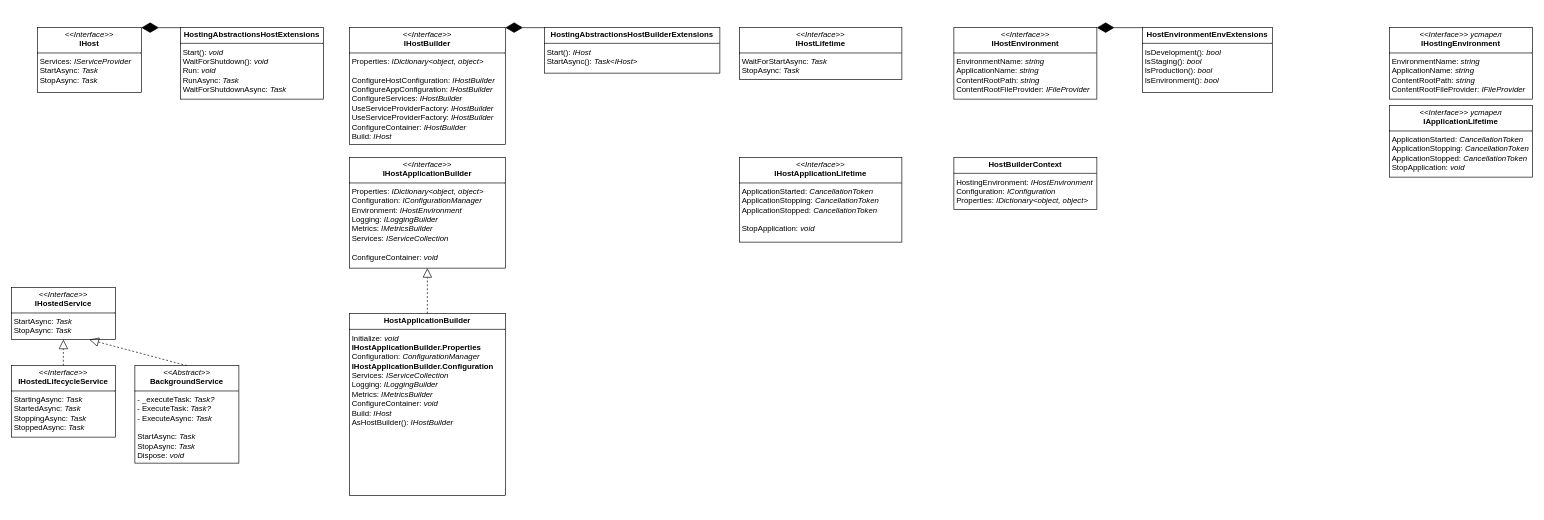
The draw.io diagram page "Hosting" (3 of 3) of .Net/Диаграмма без названия.drawio in KondyubaBA/Foundation, before the edit. Source tidied: cells renumbered, new cells numbered last; positions are measured from the earlier drawing's top-left corner, leaving out a move shared by most shapes. Both pictures are drawn from the tidied source at 65%, with x=0, y=0 at pixel (11, 27).
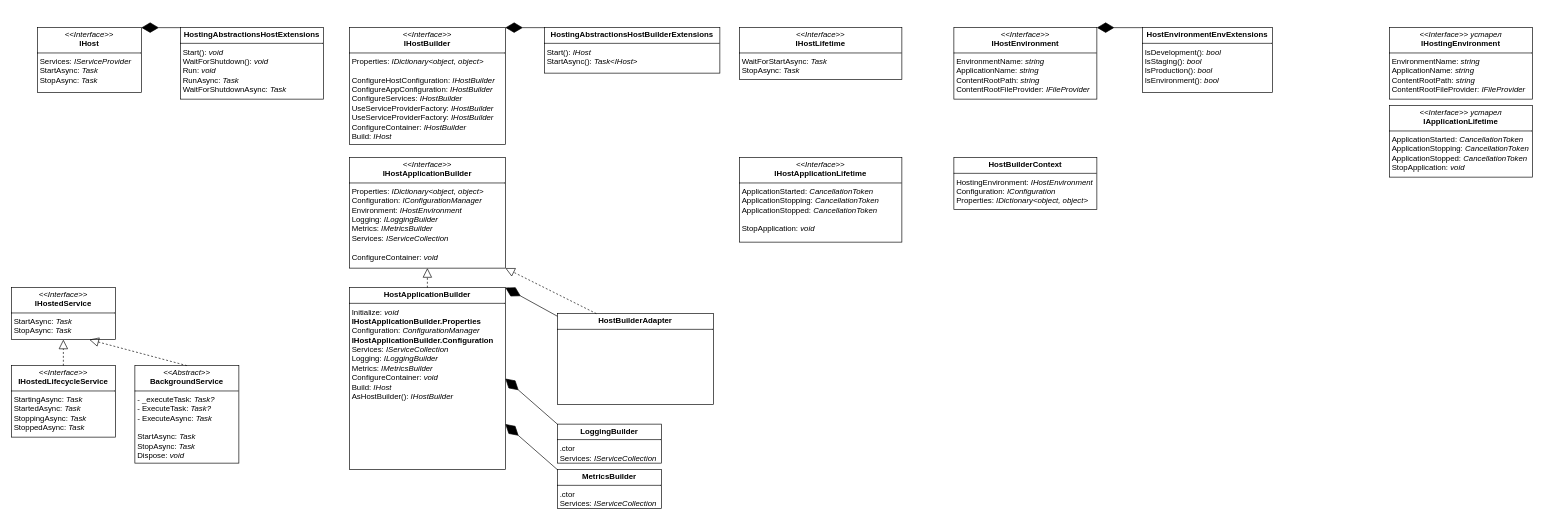
Above is the later version.

Unchanged cells that the change refers to:
```xml
<mxCell id="3" value="&lt;p style=&quot;margin:0px;margin-top:4px;text-align:center;&quot;&gt;&lt;i&gt;&amp;lt;&amp;lt;Interface&amp;gt;&amp;gt;&lt;/i&gt;&lt;br&gt;&lt;span style=&quot;background-color: initial; text-align: left;&quot;&gt;&lt;b&gt;IHostApplicationBuilder&lt;/b&gt;&lt;/span&gt;&lt;/p&gt;&lt;hr size=&quot;1&quot; style=&quot;border-style:solid;&quot;&gt;&lt;p style=&quot;margin:0px;margin-left:4px;&quot;&gt;Properties: &lt;i&gt;IDictionary&amp;lt;object, object&amp;gt;&lt;/i&gt;&lt;br&gt;Configuration:&amp;nbsp;&lt;span style=&quot;background-color: initial;&quot;&gt;&lt;i&gt;IConfigurationManager&lt;/i&gt;&lt;/span&gt;&lt;/p&gt;&lt;p style=&quot;margin:0px;margin-left:4px;&quot;&gt;Environment:&amp;nbsp;&lt;span style=&quot;background-color: initial;&quot;&gt;&lt;i&gt;IHostEnvironment&lt;/i&gt;&lt;/span&gt;&lt;br&gt;&lt;/p&gt;&lt;p style=&quot;margin:0px;margin-left:4px;&quot;&gt;&lt;span style=&quot;background-color: initial;&quot;&gt;Logging:&amp;nbsp;&lt;/span&gt;&lt;span style=&quot;background-color: initial;&quot;&gt;&lt;i&gt;ILoggingBuilder&lt;/i&gt;&lt;/span&gt;&lt;span style=&quot;background-color: initial;&quot;&gt;&lt;br&gt;&lt;/span&gt;&lt;/p&gt;&lt;p style=&quot;margin:0px;margin-left:4px;&quot;&gt;&lt;span style=&quot;background-color: initial;&quot;&gt;Metrics:&amp;nbsp;&lt;/span&gt;&lt;span style=&quot;background-color: initial;&quot;&gt;&lt;i&gt;IMetricsBuilder&lt;/i&gt;&lt;/span&gt;&lt;span style=&quot;background-color: initial;&quot;&gt;&lt;br&gt;&lt;/span&gt;&lt;/p&gt;&lt;p style=&quot;margin:0px;margin-left:4px;&quot;&gt;&lt;span style=&quot;background-color: initial;&quot;&gt;Services:&amp;nbsp;&lt;/span&gt;&lt;span style=&quot;background-color: initial;&quot;&gt;&lt;i&gt;IServiceCollection&lt;/i&gt;&lt;/span&gt;&lt;span style=&quot;background-color: initial;&quot;&gt;&lt;br&gt;&lt;/span&gt;&lt;/p&gt;&lt;p style=&quot;margin:0px;margin-left:4px;&quot;&gt;&lt;span style=&quot;background-color: initial;&quot;&gt;&lt;i&gt;&lt;br&gt;&lt;/i&gt;&lt;/span&gt;&lt;/p&gt;&lt;p style=&quot;margin:0px;margin-left:4px;&quot;&gt;&lt;span style=&quot;background-color: initial;&quot;&gt;ConfigureContainer:&lt;i&gt;&amp;nbsp;&lt;/i&gt;&lt;/span&gt;&lt;span style=&quot;background-color: initial;&quot;&gt;&lt;i&gt;void&lt;/i&gt;&lt;/span&gt;&lt;span style=&quot;background-color: initial;&quot;&gt;&lt;i&gt;&lt;br&gt;&lt;/i&gt;&lt;/span&gt;&lt;/p&gt;" style="verticalAlign=top;align=left;overflow=fill;html=1;whiteSpace=wrap;" parent="1" vertex="1">
  <mxGeometry x="520" y="200" width="240" height="170" as="geometry" />
</mxCell>
```

The edit, as a diff of the source:
```diff
@@
     <mxCell id="22" value="&lt;p style=&quot;margin:0px;margin-top:4px;text-align:center;&quot;&gt;&lt;span style=&quot;background-color: initial; text-align: left;&quot;&gt;&lt;b&gt;HostApplicationBuilder&lt;/b&gt;&lt;/span&gt;&lt;/p&gt;&lt;hr size=&quot;1&quot; style=&quot;border-style:solid;&quot;&gt;&lt;p style=&quot;margin:0px;margin-left:4px;&quot;&gt;Initialize: &lt;i&gt;void&lt;/i&gt;&lt;br&gt;&lt;/p&gt;&lt;p style=&quot;margin:0px;margin-left:4px;&quot;&gt;&lt;b&gt;IHostApplicationBuilder.Properties&lt;/b&gt;&lt;br&gt;&lt;/p&gt;&lt;p style=&quot;margin:0px;margin-left:4px;&quot;&gt;Configuration:&lt;b&gt;&amp;nbsp;&lt;/b&gt;&lt;span style=&quot;background-color: initial;&quot;&gt;&lt;i&gt;ConfigurationManager&lt;/i&gt;&lt;/span&gt;&lt;br&gt;&lt;/p&gt;&lt;p style=&quot;margin:0px;margin-left:4px;&quot;&gt;&lt;span style=&quot;background-color: initial;&quot;&gt;&lt;b style=&quot;&quot;&gt;IHostApplicationBuilder.Configuration&lt;/b&gt;&lt;br&gt;&lt;/span&gt;&lt;/p&gt;&lt;p style=&quot;margin:0px;margin-left:4px;&quot;&gt;&lt;span style=&quot;background-color: initial;&quot;&gt;Services:&amp;nbsp;&lt;/span&gt;&lt;span style=&quot;background-color: initial;&quot;&gt;&lt;i&gt;IServiceCollection&lt;/i&gt;&lt;/span&gt;&lt;span style=&quot;background-color: initial;&quot;&gt;&lt;br&gt;&lt;/span&gt;&lt;/p&gt;&lt;p style=&quot;margin:0px;margin-left:4px;&quot;&gt;&lt;span style=&quot;background-color: initial;&quot;&gt;Logging:&amp;nbsp;&lt;/span&gt;&lt;span style=&quot;background-color: initial;&quot;&gt;&lt;i&gt;ILoggingBuilder&lt;/i&gt;&lt;/span&gt;&lt;span style=&quot;background-color: initial;&quot;&gt;&lt;br&gt;&lt;/span&gt;&lt;/p&gt;&lt;p style=&quot;margin:0px;margin-left:4px;&quot;&gt;&lt;span style=&quot;background-color: initial;&quot;&gt;Metrics:&amp;nbsp;&lt;/span&gt;&lt;span style=&quot;background-color: initial;&quot;&gt;&lt;i&gt;IMetricsBuilder&lt;/i&gt;&lt;/span&gt;&lt;span style=&quot;background-color: initial;&quot;&gt;&lt;br&gt;&lt;/span&gt;&lt;/p&gt;&lt;p style=&quot;margin:0px;margin-left:4px;&quot;&gt;&lt;span style=&quot;background-color: initial;&quot;&gt;ConfigureContainer: &lt;i&gt;void&lt;/i&gt;&lt;br&gt;&lt;/span&gt;&lt;/p&gt;&lt;p style=&quot;margin:0px;margin-left:4px;&quot;&gt;&lt;span style=&quot;background-color: initial;&quot;&gt;Build:&amp;nbsp;&lt;/span&gt;&lt;span style=&quot;background-color: initial;&quot;&gt;&lt;i&gt;IHost&lt;/i&gt;&lt;/span&gt;&lt;span style=&quot;background-color: initial;&quot;&gt;&lt;i&gt;&lt;br&gt;&lt;/i&gt;&lt;/span&gt;&lt;/p&gt;&lt;p style=&quot;margin:0px;margin-left:4px;&quot;&gt;&lt;span style=&quot;background-color: initial;&quot;&gt;AsHostBuilder():&lt;i&gt;&amp;nbsp;&lt;/i&gt;&lt;/span&gt;&lt;span style=&quot;background-color: initial;&quot;&gt;&lt;i&gt;IHostBuilder&lt;/i&gt;&lt;/span&gt;&lt;span style=&quot;background-color: initial;&quot;&gt;&lt;i&gt;&lt;br&gt;&lt;/i&gt;&lt;/span&gt;&lt;/p&gt;&lt;p style=&quot;margin:0px;margin-left:4px;&quot;&gt;&lt;span style=&quot;background-color: initial;&quot;&gt;&lt;i&gt;&lt;br&gt;&lt;/i&gt;&lt;/span&gt;&lt;/p&gt;" style="verticalAlign=top;align=left;overflow=fill;html=1;whiteSpace=wrap;" parent="1" vertex="1">
-      <mxGeometry x="520" y="440" width="240" height="280" as="geometry" />
+      <mxGeometry x="520" y="400" width="240" height="280" as="geometry" />
     </mxCell>
@@
+    <mxCell id="24" value="&lt;p style=&quot;margin: 4px 0px 0px; text-align: center;&quot;&gt;&lt;span style=&quot;background-color: initial; text-align: left;&quot;&gt;&lt;b&gt;HostBuilderAdapter&lt;/b&gt;&lt;/span&gt;&lt;/p&gt;&lt;hr size=&quot;1&quot; style=&quot;border-style:solid;&quot;&gt;&lt;p style=&quot;margin:0px;margin-left:4px;&quot;&gt;&lt;br&gt;&lt;/p&gt;&lt;p style=&quot;margin:0px;margin-left:4px;&quot;&gt;&lt;span style=&quot;background-color: initial;&quot;&gt;&lt;i&gt;&lt;br&gt;&lt;/i&gt;&lt;/span&gt;&lt;/p&gt;" style="verticalAlign=top;align=left;overflow=fill;html=1;whiteSpace=wrap;" parent="1" vertex="1">
+      <mxGeometry x="840" y="440" width="240" height="140" as="geometry" />
+    </mxCell>
+    <mxCell id="25" style="endArrow=diamondThin;endFill=1;endSize=24;html=1;rounded=0;entryX=1;entryY=0;entryDx=0;entryDy=0;" parent="1" edge="1" source="24" target="22">
+      <mxGeometry relative="1" as="geometry" />
+    </mxCell>
+    <mxCell id="26" style="endArrow=block;dashed=1;endFill=0;endSize=12;html=1;rounded=0;exitX=0.25;exitY=0;exitDx=0;exitDy=0;entryX=1;entryY=1;entryDx=0;entryDy=0;" parent="1" edge="1" source="24" target="3">
+      <mxGeometry relative="1" as="geometry" />
+    </mxCell>
+    <mxCell id="27" value="&lt;p style=&quot;margin: 4px 0px 0px; text-align: center;&quot;&gt;&lt;span style=&quot;background-color: initial; text-align: left;&quot;&gt;&lt;b&gt;LoggingBuilder&lt;/b&gt;&lt;/span&gt;&lt;/p&gt;&lt;hr size=&quot;1&quot; style=&quot;border-style:solid;&quot;&gt;&lt;p style=&quot;margin:0px;margin-left:4px;&quot;&gt;.ctor&lt;/p&gt;&lt;p style=&quot;margin:0px;margin-left:4px;&quot;&gt;Services:&amp;nbsp;&lt;i&gt;IServiceCollection&lt;/i&gt;&lt;span style=&quot;background-color: initial;&quot;&gt;&lt;i&gt;&lt;br&gt;&lt;/i&gt;&lt;/span&gt;&lt;/p&gt;" style="verticalAlign=top;align=left;overflow=fill;html=1;whiteSpace=wrap;" parent="1" vertex="1">
+      <mxGeometry x="840" y="610" width="160" height="60" as="geometry" />
+    </mxCell>
+    <mxCell id="28" style="endArrow=diamondThin;endFill=1;endSize=24;html=1;rounded=0;entryX=1;entryY=0.5;entryDx=0;entryDy=0;exitX=0;exitY=0;exitDx=0;exitDy=0;" parent="1" edge="1" source="27" target="22">
+      <mxGeometry relative="1" as="geometry" />
+    </mxCell>
+    <mxCell id="29" value="&lt;p style=&quot;margin: 4px 0px 0px; text-align: center;&quot;&gt;&lt;span style=&quot;background-color: initial; text-align: left;&quot;&gt;&lt;b&gt;MetricsBuilder&lt;/b&gt;&lt;/span&gt;&lt;/p&gt;&lt;hr size=&quot;1&quot; style=&quot;border-style:solid;&quot;&gt;&lt;p style=&quot;margin:0px;margin-left:4px;&quot;&gt;.ctor&lt;/p&gt;&lt;p style=&quot;margin:0px;margin-left:4px;&quot;&gt;Services:&amp;nbsp;&lt;i&gt;IServiceCollection&lt;/i&gt;&lt;br&gt;&lt;/p&gt;&lt;p style=&quot;margin:0px;margin-left:4px;&quot;&gt;&lt;span style=&quot;background-color: initial;&quot;&gt;&lt;i&gt;&lt;br&gt;&lt;/i&gt;&lt;/span&gt;&lt;/p&gt;" style="verticalAlign=top;align=left;overflow=fill;html=1;whiteSpace=wrap;" parent="1" vertex="1">
+      <mxGeometry x="840" y="680" width="160" height="60" as="geometry" />
+    </mxCell>
+    <mxCell id="30" style="endArrow=diamondThin;endFill=1;endSize=24;html=1;rounded=0;entryX=1;entryY=0.75;entryDx=0;entryDy=0;exitX=0;exitY=0;exitDx=0;exitDy=0;" parent="1" edge="1" source="29" target="22">
+      <mxGeometry relative="1" as="geometry" />
+    </mxCell>
```
